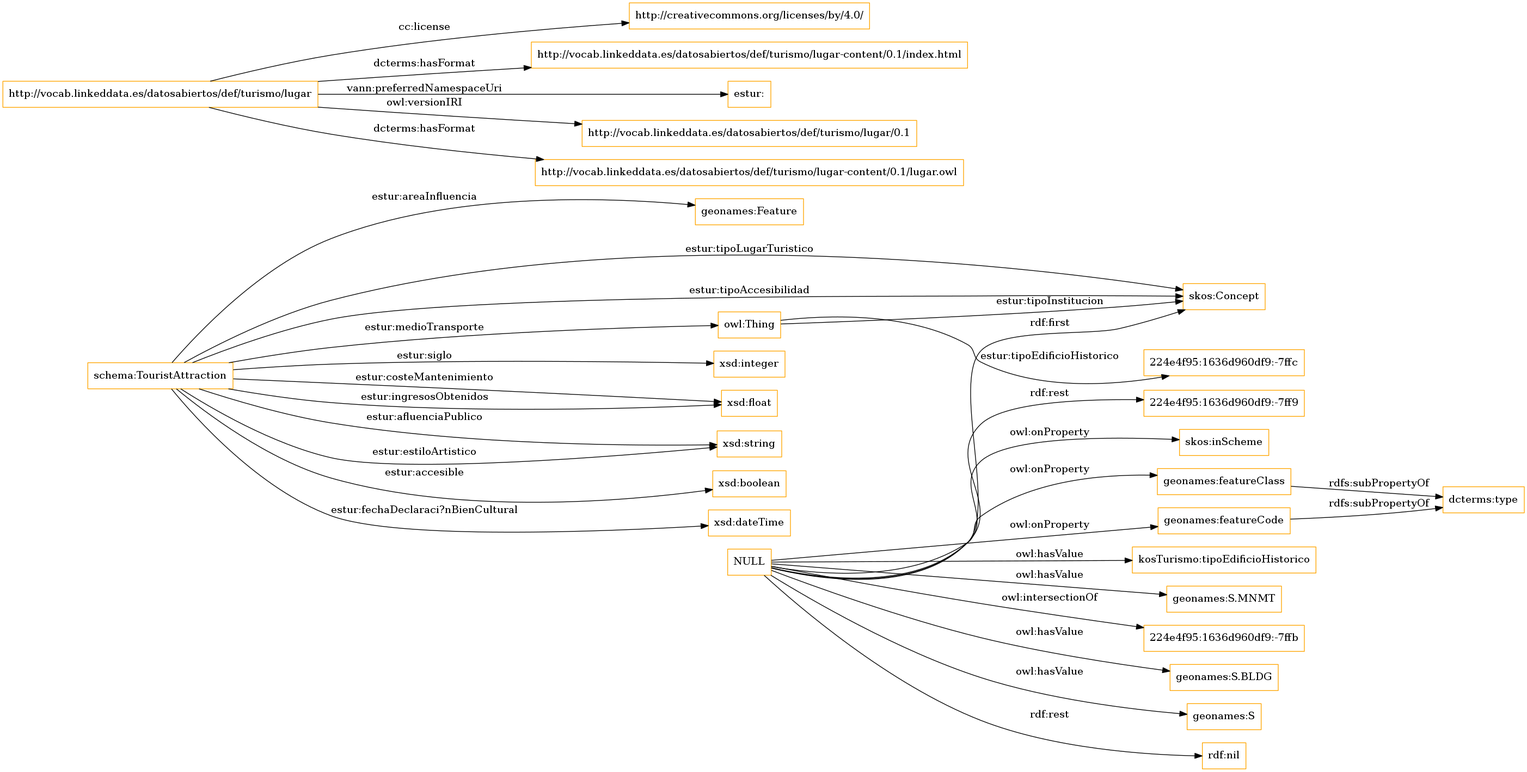
Earlier version of the Graphviz export OnToology/lugar.owl/diagrams/ar2dtool-class/lugar.owl.png (ma-garcia/cultura-ocio-lugares-interes). Its source is kept beside it as OnToology/lugar.owl/diagrams/ar2dtool-class/lugar.owl.png.dot.
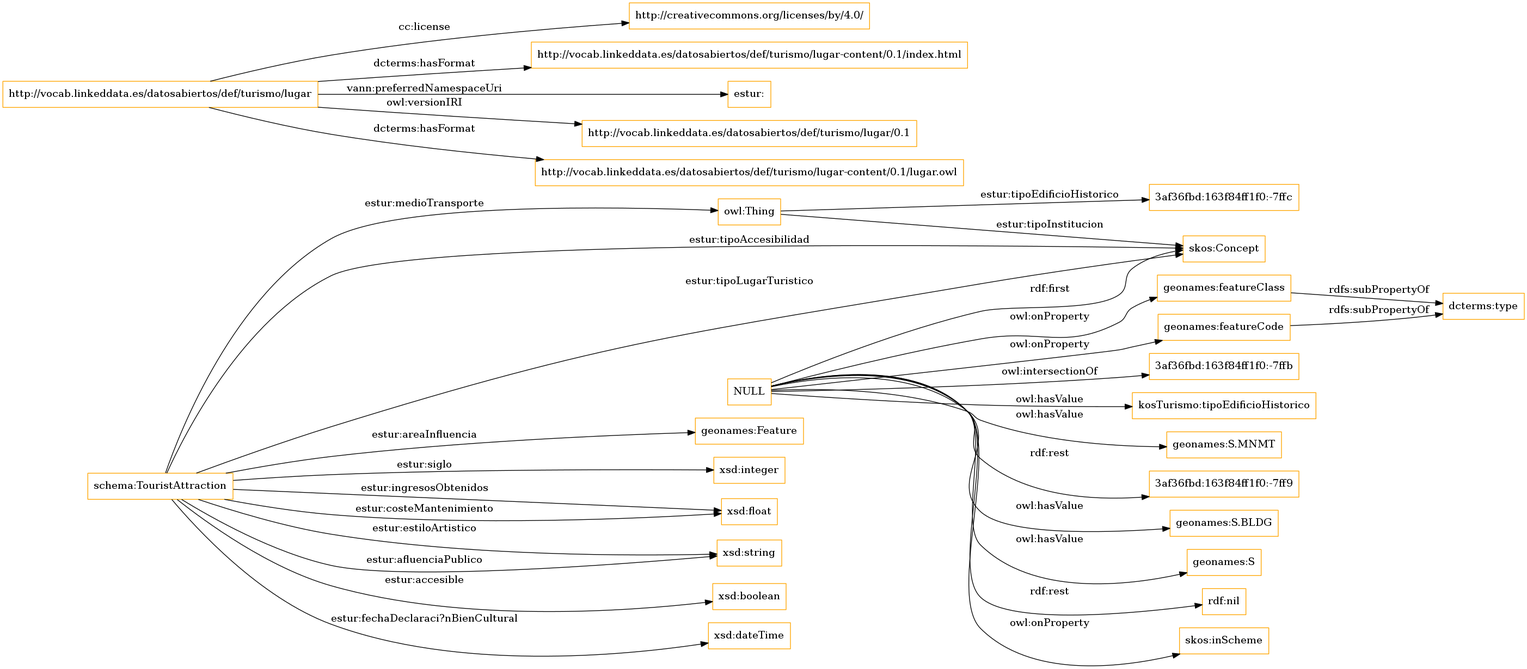
After the change.

The edit, as a diff of the source:
```diff
@@ -1,7 +1,7 @@
 digraph ar2dtool_diagram {
 rankdir=LR;
 size="1501"
-node [shape = rectangle, color="orange"]; "geonames:Feature" "schema:TouristAttraction" "skos:Concept" "224e4f95:1636d960df9:-7ffc" ; /*classes style*/
+node [shape = rectangle, color="orange"]; "3af36fbd:163f84ff1f0:-7ffc" "geonames:Feature" "schema:TouristAttraction" "skos:Concept" ; /*classes style*/
 	"http://vocab.linkeddata.es/datosabiertos/def/turismo/lugar" -> "http://creativecommons.org/licenses/by/4.0/" [ label = "cc:license" ];
 	"http://vocab.linkeddata.es/datosabiertos/def/turismo/lugar" -> "http://vocab.linkeddata.es/datosabiertos/def/turismo/lugar-content/0.1/index.html" [ label = "dcterms:hasFormat" ];
 	"http://vocab.linkeddata.es/datosabiertos/def/turismo/lugar" -> "estur:" [ label = "vann:preferredNamespaceUri" ];
@@ -9,19 +9,19 @@
 	"http://vocab.linkeddata.es/datosabiertos/def/turismo/lugar" -> "http://vocab.linkeddata.es/datosabiertos/def/turismo/lugar-content/0.1/lugar.owl" [ label = "dcterms:hasFormat" ];
 	"geonames:featureClass" -> "dcterms:type" [ label = "rdfs:subPropertyOf" ];
 	"NULL" -> "geonames:featureCode" [ label = "owl:onProperty" ];
+	"NULL" -> "3af36fbd:163f84ff1f0:-7ffb" [ label = "owl:intersectionOf" ];
 	"NULL" -> "kosTurismo:tipoEdificioHistorico" [ label = "owl:hasValue" ];
 	"NULL" -> "geonames:S.MNMT" [ label = "owl:hasValue" ];
+	"NULL" -> "3af36fbd:163f84ff1f0:-7ff9" [ label = "rdf:rest" ];
 	"NULL" -> "skos:Concept" [ label = "rdf:first" ];
-	"NULL" -> "224e4f95:1636d960df9:-7ffb" [ label = "owl:intersectionOf" ];
 	"NULL" -> "geonames:S.BLDG" [ label = "owl:hasValue" ];
 	"NULL" -> "geonames:S" [ label = "owl:hasValue" ];
 	"NULL" -> "rdf:nil" [ label = "rdf:rest" ];
-	"NULL" -> "224e4f95:1636d960df9:-7ff9" [ label = "rdf:rest" ];
 	"NULL" -> "geonames:featureClass" [ label = "owl:onProperty" ];
 	"NULL" -> "skos:inScheme" [ label = "owl:onProperty" ];
 	"geonames:featureCode" -> "dcterms:type" [ label = "rdfs:subPropertyOf" ];
 	"schema:TouristAttraction" -> "owl:Thing" [ label = "estur:medioTransporte" ];
-	"owl:Thing" -> "224e4f95:1636d960df9:-7ffc" [ label = "estur:tipoEdificioHistorico" ];
+	"owl:Thing" -> "3af36fbd:163f84ff1f0:-7ffc" [ label = "estur:tipoEdificioHistorico" ];
 	"owl:Thing" -> "skos:Concept" [ label = "estur:tipoInstitucion" ];
 	"schema:TouristAttraction" -> "xsd:integer" [ label = "estur:siglo" ];
 	"schema:TouristAttraction" -> "geonames:Feature" [ label = "estur:areaInfluencia" ];
```
